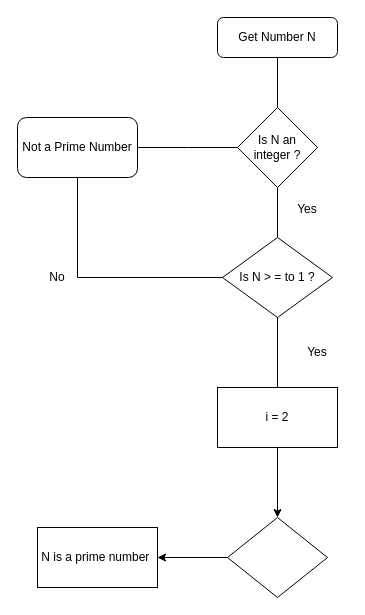
Above: Module1/Lab3/Diagramme sans nom.drawio in clementpilastre/IronClement (draw.io), before the change. Source tidied: cells renumbered, new cells numbered last; positions are measured from the earlier drawing's top-left corner, leaving out a move shared by most shapes. Both pictures are drawn from the tidied source at 100%, with x=0, y=0 at pixel (17, 17).
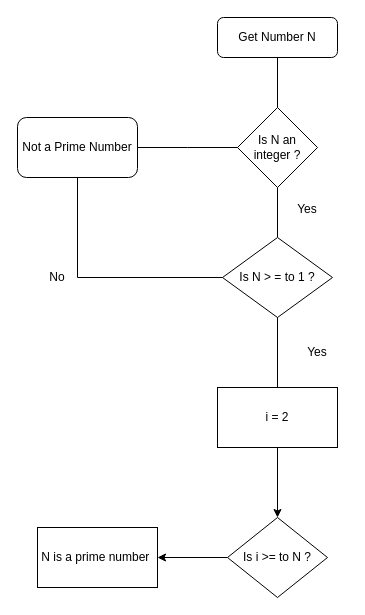
After the change.

Commit message (it also covers changes not shown here):
flowchart_task1

Diff of the diagram source:
```diff
@@
-    <mxCell id="17" style="rhombus;whiteSpace=wrap;html=1;rounded=0;" parent="1" vertex="1">
+    <mxCell id="17" value="Is i &amp;gt;= to N ?" style="rhombus;whiteSpace=wrap;html=1;rounded=0;" parent="1" vertex="1">
       <mxGeometry x="210" y="500" width="100" height="80" as="geometry" />
     </mxCell>
```
